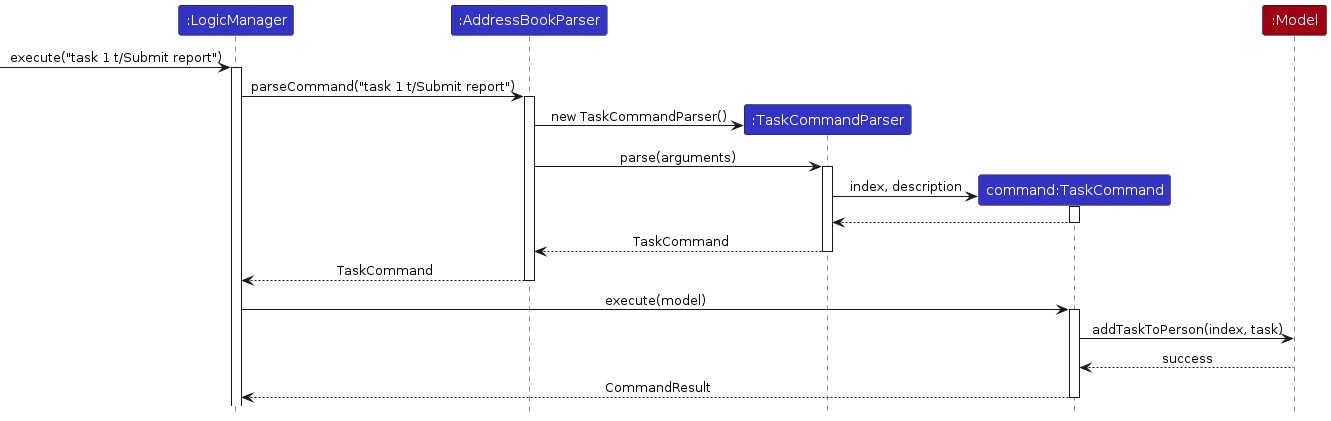
Earlier version of the PlantUML export diagrams/TaskCommandSequenceDiagram.png (bkkuan/tp). Its source is kept beside it as diagrams/TaskCommandSequenceDiagram.puml.
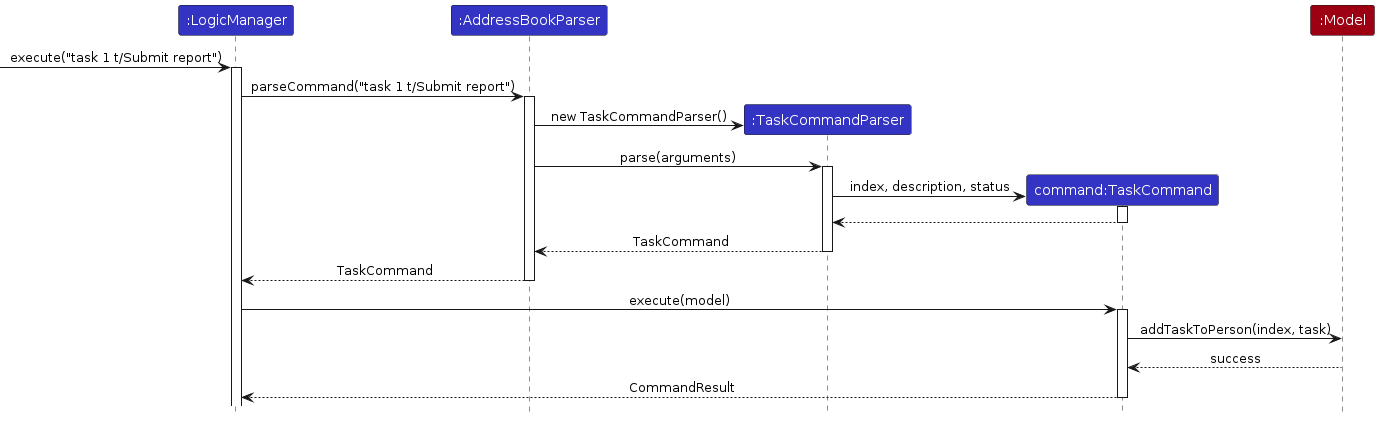
After the commit.

The edit, as a diff of the source:
```diff
@@ -15,7 +15,7 @@
 abp -> tcp : new TaskCommandParser()
 abp -> tcp ++ : parse(arguments)
 create tc
-tcp -> tc ++ : index, description
+tcp -> tc ++ : index, description, status
 tc --> tcp --
 tcp --> abp -- : TaskCommand
 abp --> logic -- : TaskCommand
```
